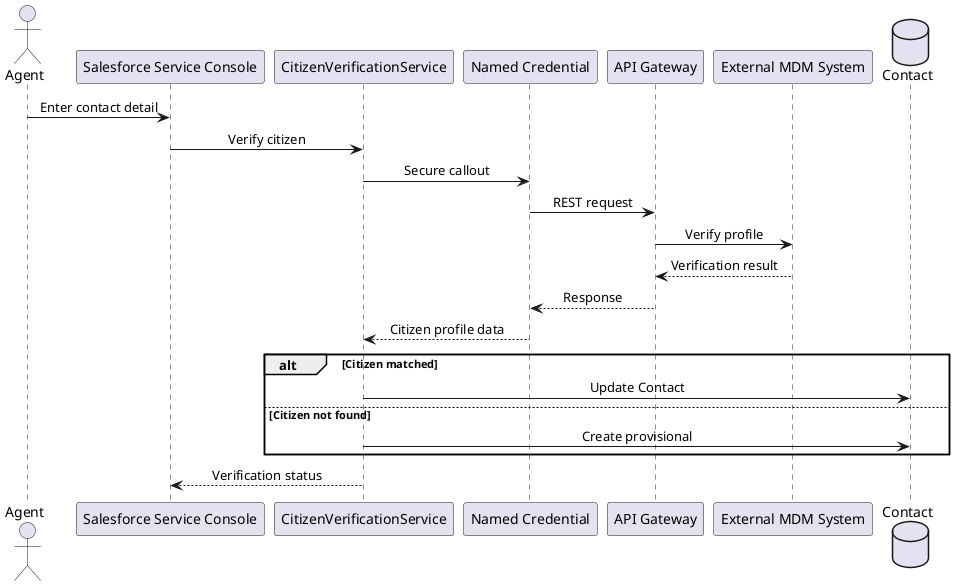
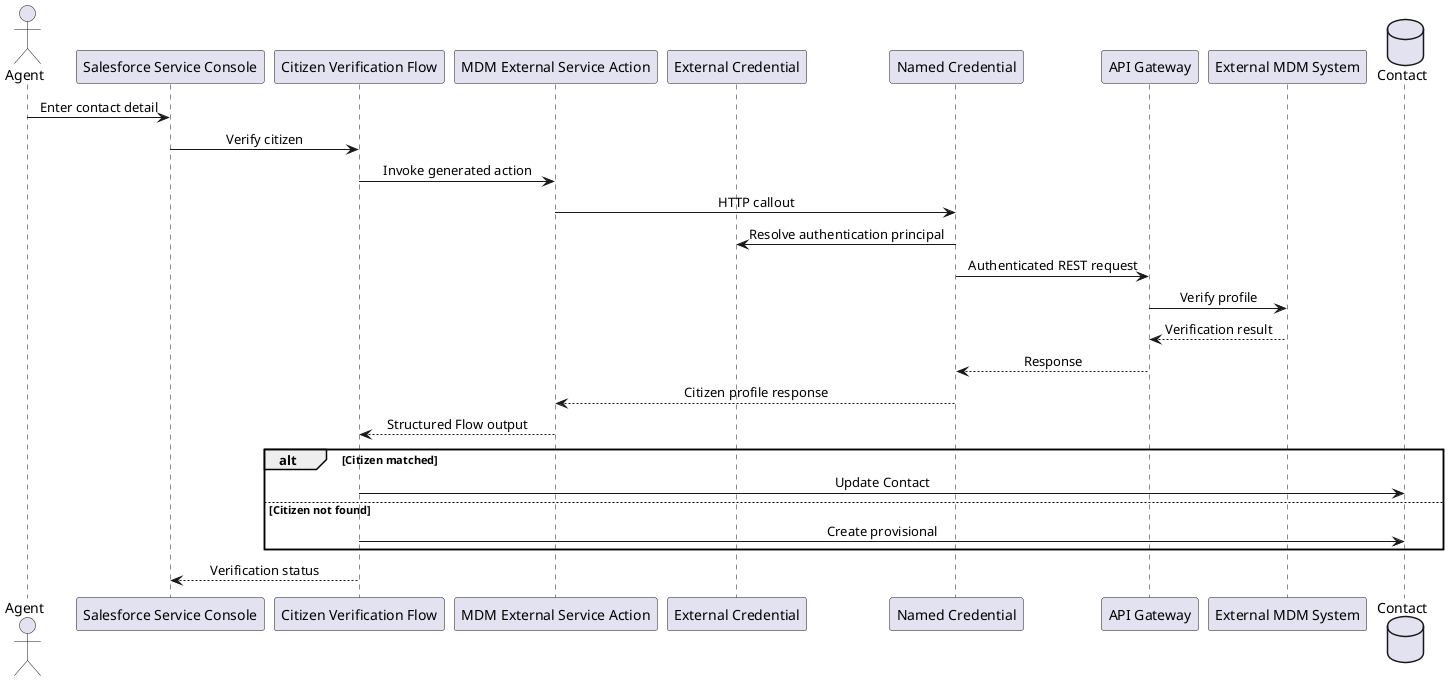
@startuml
skinparam sequenceMessageAlign center
actor Agent
participant "Salesforce Service Console" as Console
- participant CitizenVerificationService
+ participant "Citizen Verification Flow" as VerificationFlow
+ participant "MDM External Service Action" as ExternalService
+ participant "External Credential" as EC
participant "Named Credential" as NC
participant "API Gateway" as Gateway
participant "External MDM System" as MDM
database "Contact" as Contact

Agent -> Console : Enter contact detail
- Console -> CitizenVerificationService : Verify citizen
- CitizenVerificationService -> NC : Secure callout
- NC -> Gateway : REST request
+ Console -> VerificationFlow : Verify citizen
+ VerificationFlow -> ExternalService : Invoke generated action
+ ExternalService -> NC : HTTP callout
+ NC -> EC : Resolve authentication principal
+ NC -> Gateway : Authenticated REST request
Gateway -> MDM : Verify profile
MDM --> Gateway : Verification result
Gateway --> NC : Response
- NC --> CitizenVerificationService : Citizen profile data
+ NC --> ExternalService : Citizen profile response
+ ExternalService --> VerificationFlow : Structured Flow output

alt Citizen matched
-   CitizenVerificationService -> Contact : Update Contact
+   VerificationFlow -> Contact : Update Contact
else Citizen not found
-   CitizenVerificationService -> Contact : Create provisional
+   VerificationFlow -> Contact : Create provisional
end

- CitizenVerificationService --> Console : Verification status
+ VerificationFlow --> Console : Verification status

@enduml
